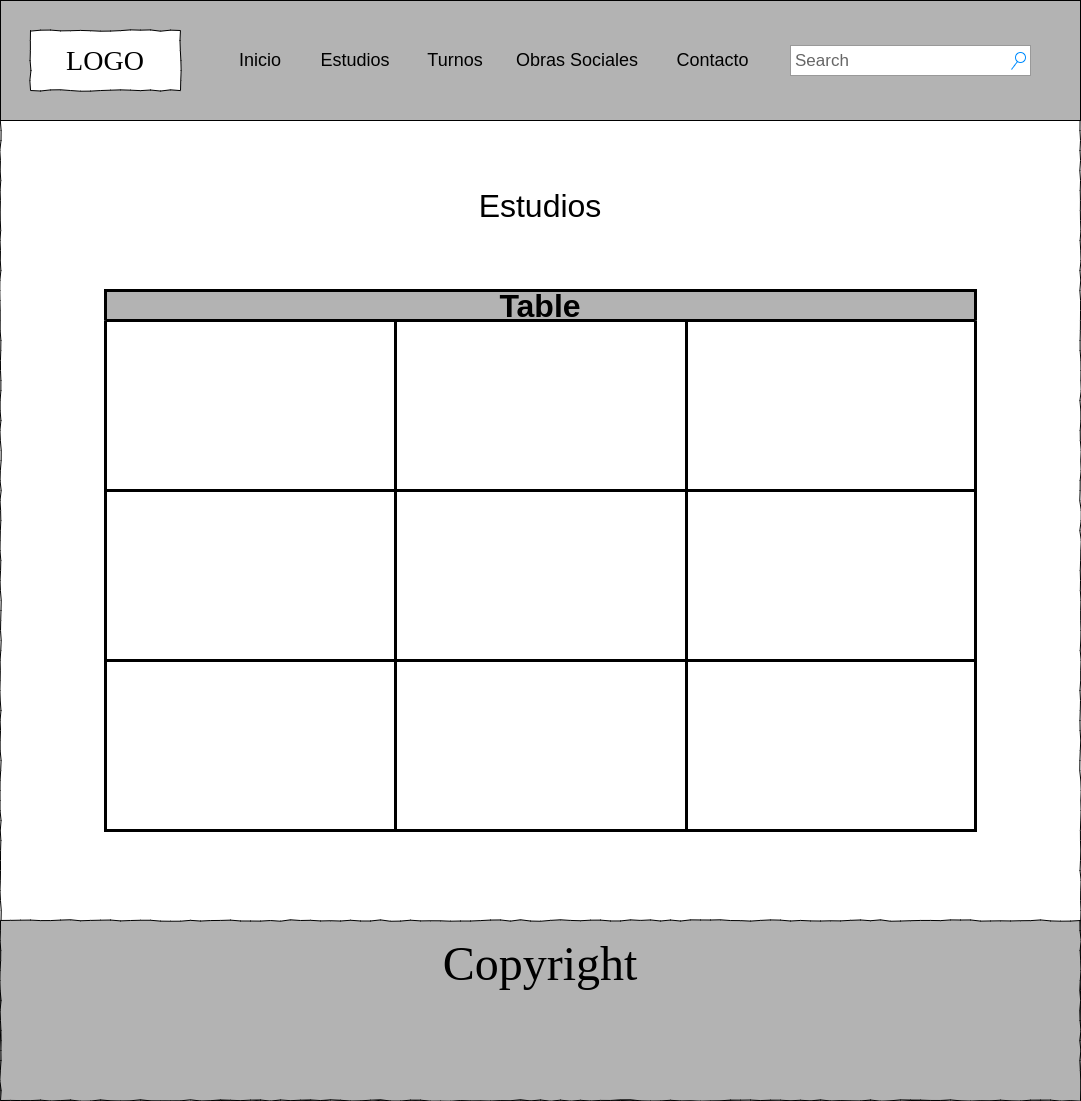
This is wireframes/estudios.png from andresgerz/consultorio-rx, a draw.io export, as it was before one commit. Source tidied: cells renumbered, new cells last; positions are measured from the earlier drawing's top-left corner, leaving out a move shared by most shapes.
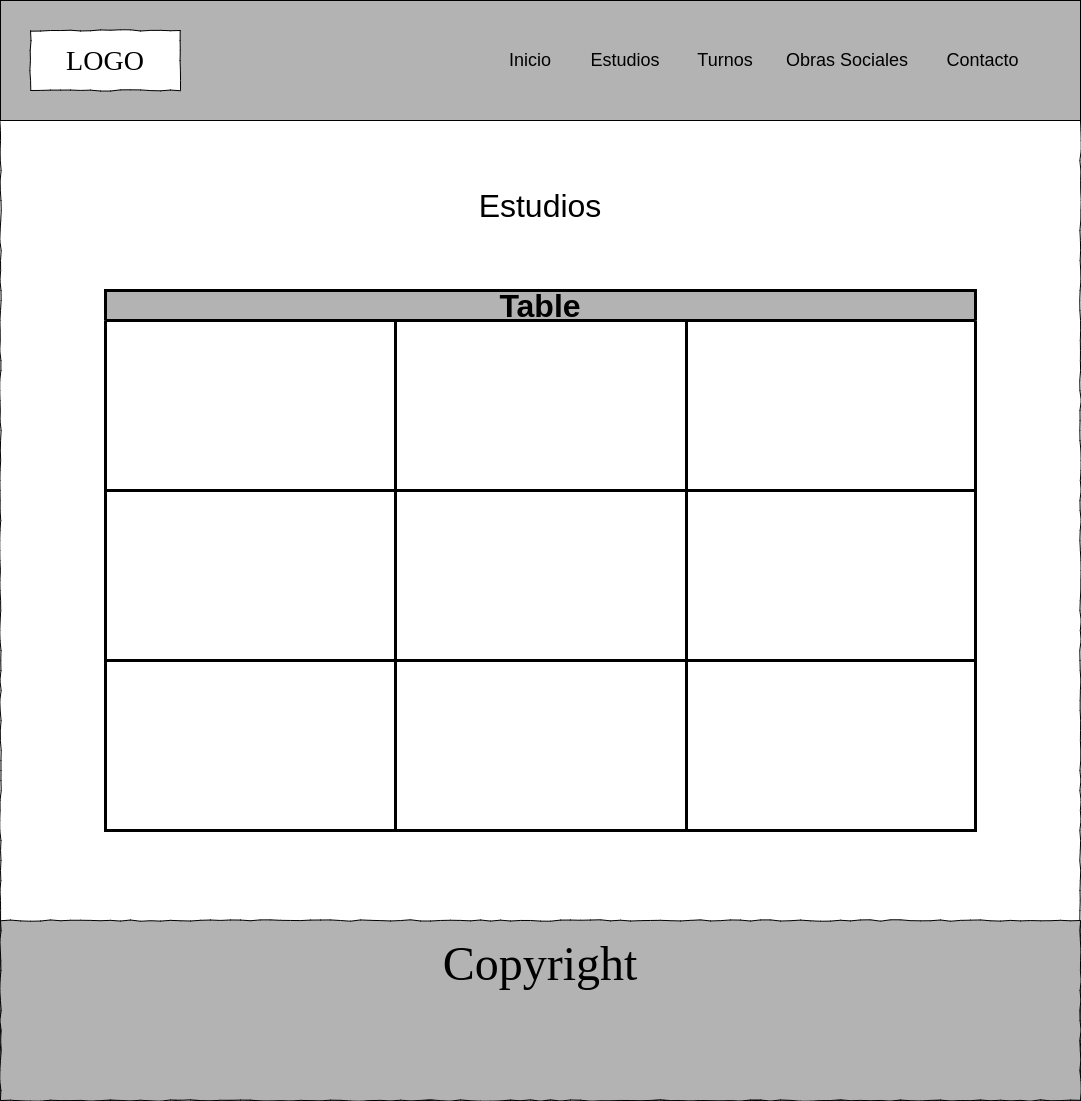
Later version of the same file.

Change to the diagram source:
```diff
@@ -14,23 +14,20 @@
     <mxCell id="5" value="&lt;div style=&quot;text-align: justify&quot;&gt;&lt;span style=&quot;font-size: 48px&quot;&gt;Copyright&lt;/span&gt;&lt;/div&gt;" style="whiteSpace=wrap;html=1;rounded=0;shadow=0;labelBackgroundColor=none;strokeWidth=1;fillColor=#B3B3B3;fontFamily=Verdana;fontSize=12;align=center;verticalAlign=top;spacing=10;comic=1;" parent="1" vertex="1">
       <mxGeometry y="920" width="1080" height="180" as="geometry" />
     </mxCell>
-    <mxCell id="6" value="Search" style="strokeWidth=1;shadow=0;dashed=0;align=center;html=1;shape=mxgraph.mockup.forms.searchBox;strokeColor=#999999;mainText=;strokeColor2=#008cff;fontColor=#666666;fontSize=17;align=left;spacingLeft=3;" parent="1" vertex="1">
-      <mxGeometry x="790" y="45" width="240" height="30" as="geometry" />
-    </mxCell>
     <mxCell id="7" value="Inicio" style="text;html=1;strokeColor=none;fillColor=none;align=center;verticalAlign=middle;whiteSpace=wrap;rounded=0;fontSize=18;" parent="1" vertex="1">
-      <mxGeometry x="240" y="50" width="40" height="20" as="geometry" />
+      <mxGeometry x="510" y="50" width="40" height="20" as="geometry" />
     </mxCell>
     <mxCell id="8" value="Estudios" style="text;html=1;strokeColor=none;fillColor=none;align=center;verticalAlign=middle;whiteSpace=wrap;rounded=0;fontSize=18;" parent="1" vertex="1">
-      <mxGeometry x="320" y="50" width="70" height="20" as="geometry" />
+      <mxGeometry x="590" y="50" width="70" height="20" as="geometry" />
     </mxCell>
     <mxCell id="9" value="Turnos" style="text;html=1;strokeColor=none;fillColor=none;align=center;verticalAlign=middle;whiteSpace=wrap;rounded=0;fontSize=18;" parent="1" vertex="1">
-      <mxGeometry x="430" y="50" width="50" height="20" as="geometry" />
+      <mxGeometry x="700" y="50" width="50" height="20" as="geometry" />
     </mxCell>
     <mxCell id="10" value="Obras Sociales" style="text;html=1;strokeColor=none;fillColor=none;align=center;verticalAlign=middle;whiteSpace=wrap;rounded=0;fontSize=18;" parent="1" vertex="1">
-      <mxGeometry x="512.5" y="50" width="127.5" height="20" as="geometry" />
+      <mxGeometry x="782.5" y="50" width="127.5" height="20" as="geometry" />
     </mxCell>
     <mxCell id="11" value="Contacto" style="text;html=1;strokeColor=none;fillColor=none;align=center;verticalAlign=middle;whiteSpace=wrap;rounded=0;fontSize=18;" parent="1" vertex="1">
-      <mxGeometry x="675" y="50" width="75" height="20" as="geometry" />
+      <mxGeometry x="945" y="50" width="75" height="20" as="geometry" />
     </mxCell>
     <mxCell id="12" value="Estudios" style="text;html=1;strokeColor=none;fillColor=none;align=center;verticalAlign=middle;whiteSpace=wrap;rounded=0;fontSize=32;" parent="1" vertex="1">
       <mxGeometry x="435" y="170" width="210" height="70" as="geometry" />
```
